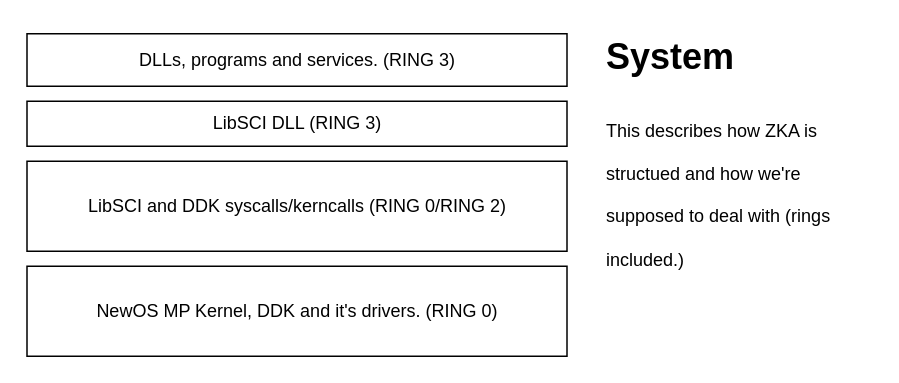
This is doc/OS-Design.drawio from nekernel-org/nekernel, a draw.io file, before an edit. Source tidied: cells renumbered, new cells numbered last; positions are measured from the earlier drawing's top-left corner, leaving out a move shared by most shapes. Both pictures are drawn from the tidied source at 150%, with x=0, y=0 at pixel (27, 26).
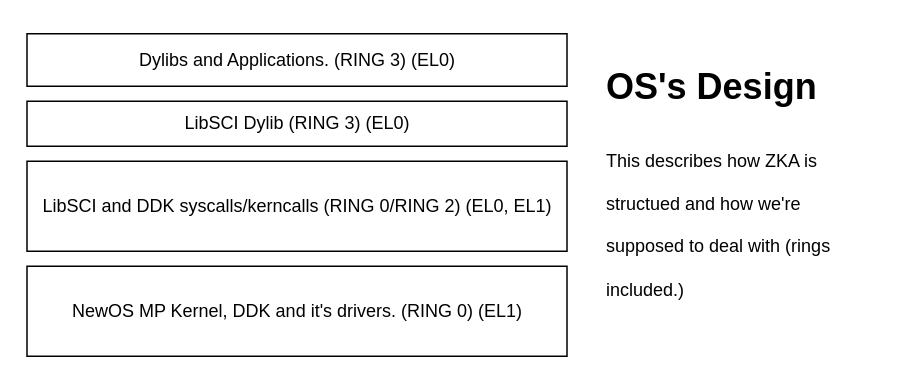
After the change.

What changed in the source:
```diff
@@
 <mxGraphModel>
   <root>
     <mxCell id="0" />
     <mxCell id="1" parent="0" />
-    <mxCell id="2" value="LibSCI DLL (RING 3)" style="rounded=0;whiteSpace=wrap;html=1;" parent="1" vertex="1">
+    <mxCell id="2" value="LibSCI Dylib (RING 3) (EL0)" style="rounded=0;whiteSpace=wrap;html=1;" parent="1" vertex="1">
       <mxGeometry x="-0.5" y="50" width="360" height="30" as="geometry" />
     </mxCell>
-    <mxCell id="3" value="DLLs, programs and services. (RING 3)" style="rounded=0;whiteSpace=wrap;html=1;" parent="1" vertex="1">
+    <mxCell id="3" value="Dylibs and Applications. (RING 3) (EL0)" style="rounded=0;whiteSpace=wrap;html=1;" parent="1" vertex="1">
       <mxGeometry x="-0.5" y="5" width="360" height="35" as="geometry" />
     </mxCell>
-    <mxCell id="4" value="&lt;h1 style=&quot;margin-top: 0px;&quot;&gt;&lt;span style=&quot;background-color: initial;&quot;&gt;System&lt;/span&gt;&lt;/h1&gt;&lt;h1 style=&quot;margin-top: 0px;&quot;&gt;&lt;span style=&quot;font-size: 12px; font-weight: 400;&quot;&gt;This describes how ZKA is structued and how we're supposed to deal with (rings included.)&lt;/span&gt;&lt;/h1&gt;" style="text;html=1;whiteSpace=wrap;overflow=hidden;rounded=0;" parent="1" vertex="1">
-      <mxGeometry x="384" width="180" height="180" as="geometry" />
+    <mxCell id="4" value="&lt;h1 style=&quot;margin-top: 0px;&quot;&gt;&lt;span style=&quot;background-color: initial;&quot;&gt;OS's Design&lt;/span&gt;&lt;/h1&gt;&lt;h1 style=&quot;margin-top: 0px;&quot;&gt;&lt;span style=&quot;font-size: 12px; font-weight: 400;&quot;&gt;This describes how ZKA is structued and how we're supposed to deal with (rings included.)&lt;/span&gt;&lt;/h1&gt;" style="text;html=1;whiteSpace=wrap;overflow=hidden;rounded=0;" parent="1" vertex="1">
+      <mxGeometry x="384" y="20" width="180" height="180" as="geometry" />
     </mxCell>
-    <mxCell id="5" value="NewOS MP Kernel, DDK and it's drivers. (RING 0)" style="rounded=0;whiteSpace=wrap;html=1;" parent="1" vertex="1">
+    <mxCell id="5" value="NewOS MP Kernel, DDK and it's drivers. (RING 0) (EL1)" style="rounded=0;whiteSpace=wrap;html=1;" parent="1" vertex="1">
       <mxGeometry x="-0.5" y="160" width="360" height="60" as="geometry" />
     </mxCell>
-    <mxCell id="6" value="LibSCI and DDK syscalls/kerncalls (RING 0/RING 2)" style="rounded=0;whiteSpace=wrap;html=1;" parent="1" vertex="1">
+    <mxCell id="6" value="LibSCI and DDK syscalls/kerncalls (RING 0/RING 2) (EL0, EL1)" style="rounded=0;whiteSpace=wrap;html=1;" parent="1" vertex="1">
       <mxGeometry x="-0.5" y="90" width="360" height="60" as="geometry" />
     </mxCell>
   </root>
 </mxGraphModel>
```
